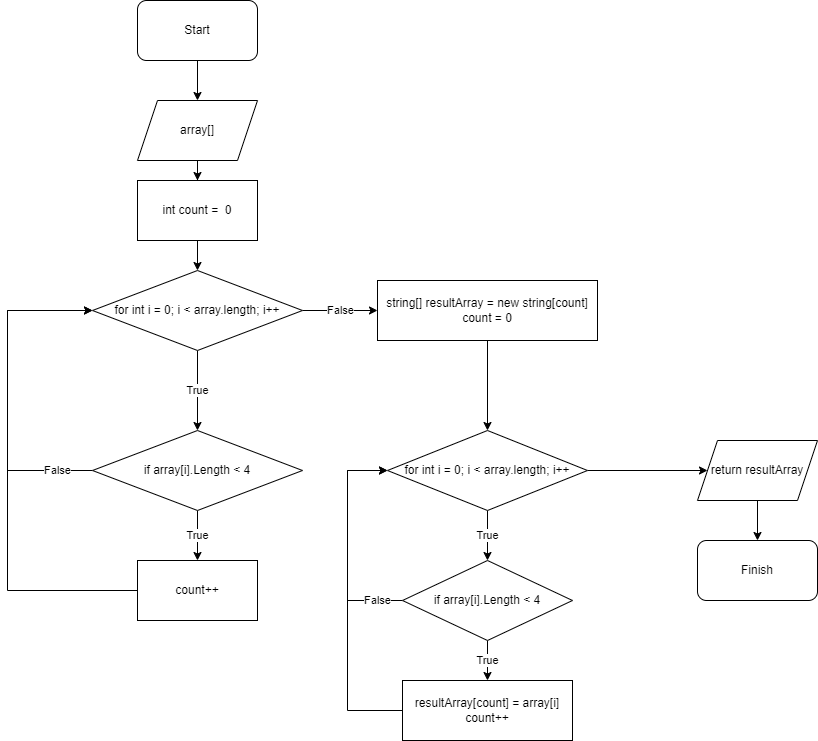
The draw.io diagram algoritm.png in HellekGreed/ResumeWork_1, before a commit. Source tidied: cells renumbered, new cells last; positions are measured from the earlier drawing's top-left corner, leaving out a move shared by most shapes. Source of this version:
```xml
<mxGraphModel>
  <root>
    <mxCell id="0" />
    <mxCell id="1" parent="0" />
    <mxCell id="2" style="edgeStyle=orthogonalEdgeStyle;rounded=0;jettySize=auto;html=1;" parent="1" edge="1" source="3" target="10">
      <mxGeometry relative="1" as="geometry" />
    </mxCell>
    <mxCell id="3" value="array[]" style="shape=parallelogram;perimeter=parallelogramPerimeter;whiteSpace=wrap;html=1;fixedSize=1;" parent="1" vertex="1">
      <mxGeometry x="130" y="100" width="120" height="60" as="geometry" />
    </mxCell>
    <mxCell id="4" style="edgeStyle=orthogonalEdgeStyle;rounded=0;jettySize=auto;html=1;" parent="1" edge="1" source="5" target="3">
      <mxGeometry relative="1" as="geometry" />
    </mxCell>
    <mxCell id="5" value="Start" style="rounded=1;whiteSpace=wrap;html=1;" parent="1" vertex="1">
      <mxGeometry x="130" width="120" height="60" as="geometry" />
    </mxCell>
    <mxCell id="6" value="True" style="edgeStyle=orthogonalEdgeStyle;rounded=0;jettySize=auto;html=1;" parent="1" edge="1" source="8" target="13">
      <mxGeometry relative="1" as="geometry" />
    </mxCell>
    <mxCell id="7" value="False" style="edgeStyle=orthogonalEdgeStyle;rounded=0;jettySize=auto;html=1;" parent="1" edge="1" source="8" target="17">
      <mxGeometry relative="1" as="geometry" />
    </mxCell>
    <mxCell id="8" value="for int i = 0; i &amp;lt; array.length; i++" style="rhombus;whiteSpace=wrap;html=1;" parent="1" vertex="1">
      <mxGeometry x="85" y="270" width="210" height="80" as="geometry" />
    </mxCell>
    <mxCell id="9" style="edgeStyle=orthogonalEdgeStyle;rounded=0;jettySize=auto;html=1;" parent="1" edge="1" source="10" target="8">
      <mxGeometry relative="1" as="geometry" />
    </mxCell>
    <mxCell id="10" value="int count =&amp;nbsp; 0" style="rounded=0;whiteSpace=wrap;html=1;" parent="1" vertex="1">
      <mxGeometry x="130" y="180" width="120" height="60" as="geometry" />
    </mxCell>
    <mxCell id="11" value="True" style="edgeStyle=orthogonalEdgeStyle;rounded=0;jettySize=auto;html=1;" parent="1" edge="1" source="13" target="15">
      <mxGeometry relative="1" as="geometry" />
    </mxCell>
    <mxCell id="12" value="False" style="edgeStyle=orthogonalEdgeStyle;rounded=0;jettySize=auto;html=1;exitX=0;exitY=0.5;exitDx=0;exitDy=0;entryX=0;entryY=0.5;entryDx=0;entryDy=0;" parent="1" edge="1" source="13" target="8">
      <mxGeometry x="-0.79" relative="1" as="geometry">
        <Array as="points">
          <mxPoint y="470" />
          <mxPoint y="310" />
        </Array>
      </mxGeometry>
    </mxCell>
    <mxCell id="13" value="if array[i].Length &amp;lt; 4" style="rhombus;whiteSpace=wrap;html=1;" parent="1" vertex="1">
      <mxGeometry x="85" y="430" width="210" height="80" as="geometry" />
    </mxCell>
    <mxCell id="14" style="edgeStyle=orthogonalEdgeStyle;rounded=0;jettySize=auto;html=1;exitX=0;exitY=0.5;exitDx=0;exitDy=0;entryX=0;entryY=0.5;entryDx=0;entryDy=0;" parent="1" edge="1" source="15" target="8">
      <mxGeometry x="-0.68" relative="1" as="geometry">
        <Array as="points">
          <mxPoint y="590" />
          <mxPoint y="310" />
        </Array>
      </mxGeometry>
    </mxCell>
    <mxCell id="15" value="count++" style="rounded=0;whiteSpace=wrap;html=1;" parent="1" vertex="1">
      <mxGeometry x="130" y="560" width="120" height="60" as="geometry" />
    </mxCell>
    <mxCell id="16" style="edgeStyle=orthogonalEdgeStyle;rounded=0;jettySize=auto;html=1;" parent="1" edge="1" source="17" target="20">
      <mxGeometry relative="1" as="geometry" />
    </mxCell>
    <mxCell id="17" value="string[] resultArray = new string[count]&lt;br&gt;count = 0" style="rounded=0;whiteSpace=wrap;html=1;" parent="1" vertex="1">
      <mxGeometry x="370" y="280" width="220" height="60" as="geometry" />
    </mxCell>
    <mxCell id="18" value="True" style="edgeStyle=orthogonalEdgeStyle;rounded=0;jettySize=auto;html=1;" parent="1" edge="1" source="20" target="23">
      <mxGeometry relative="1" as="geometry" />
    </mxCell>
    <mxCell id="19" style="edgeStyle=orthogonalEdgeStyle;rounded=0;jettySize=auto;html=1;" parent="1" edge="1" source="20">
      <mxGeometry relative="1" as="geometry">
        <mxPoint x="700" y="470" as="targetPoint" />
      </mxGeometry>
    </mxCell>
    <mxCell id="20" value="for int i = 0; i &amp;lt; array.length; i++" style="rhombus;whiteSpace=wrap;html=1;" parent="1" vertex="1">
      <mxGeometry x="380" y="430" width="200" height="80" as="geometry" />
    </mxCell>
    <mxCell id="21" value="True" style="edgeStyle=orthogonalEdgeStyle;rounded=0;jettySize=auto;html=1;" parent="1" edge="1" source="23" target="25">
      <mxGeometry relative="1" as="geometry" />
    </mxCell>
    <mxCell id="22" value="False" style="edgeStyle=orthogonalEdgeStyle;rounded=0;jettySize=auto;html=1;exitX=0;exitY=0.5;exitDx=0;exitDy=0;" parent="1" edge="1" source="23">
      <mxGeometry x="-0.78" relative="1" as="geometry">
        <mxPoint x="380" y="470" as="targetPoint" />
        <Array as="points">
          <mxPoint x="340" y="600" />
          <mxPoint x="340" y="470" />
        </Array>
      </mxGeometry>
    </mxCell>
    <mxCell id="23" value="if array[i].Length &amp;lt; 4" style="rhombus;whiteSpace=wrap;html=1;" parent="1" vertex="1">
      <mxGeometry x="395" y="560" width="170" height="80" as="geometry" />
    </mxCell>
    <mxCell id="24" style="edgeStyle=orthogonalEdgeStyle;rounded=0;jettySize=auto;html=1;exitX=0;exitY=0.5;exitDx=0;exitDy=0;entryX=0;entryY=0.5;entryDx=0;entryDy=0;" parent="1" edge="1" source="25" target="20">
      <mxGeometry relative="1" as="geometry">
        <Array as="points">
          <mxPoint x="340" y="710" />
          <mxPoint x="340" y="470" />
        </Array>
      </mxGeometry>
    </mxCell>
    <mxCell id="25" value="resultArray[count] = array[i]&lt;br&gt;count++" style="rounded=0;whiteSpace=wrap;html=1;" parent="1" vertex="1">
      <mxGeometry x="395" y="680" width="170" height="60" as="geometry" />
    </mxCell>
    <mxCell id="26" style="edgeStyle=orthogonalEdgeStyle;rounded=0;jettySize=auto;html=1;" parent="1" edge="1" source="27" target="28">
      <mxGeometry relative="1" as="geometry" />
    </mxCell>
    <mxCell id="27" value="return resultArray" style="shape=parallelogram;perimeter=parallelogramPerimeter;whiteSpace=wrap;html=1;fixedSize=1;" parent="1" vertex="1">
      <mxGeometry x="690" y="440" width="120" height="60" as="geometry" />
    </mxCell>
    <mxCell id="28" value="Finish" style="rounded=1;whiteSpace=wrap;html=1;" parent="1" vertex="1">
      <mxGeometry x="690" y="540" width="120" height="60" as="geometry" />
    </mxCell>
  </root>
</mxGraphModel>
```
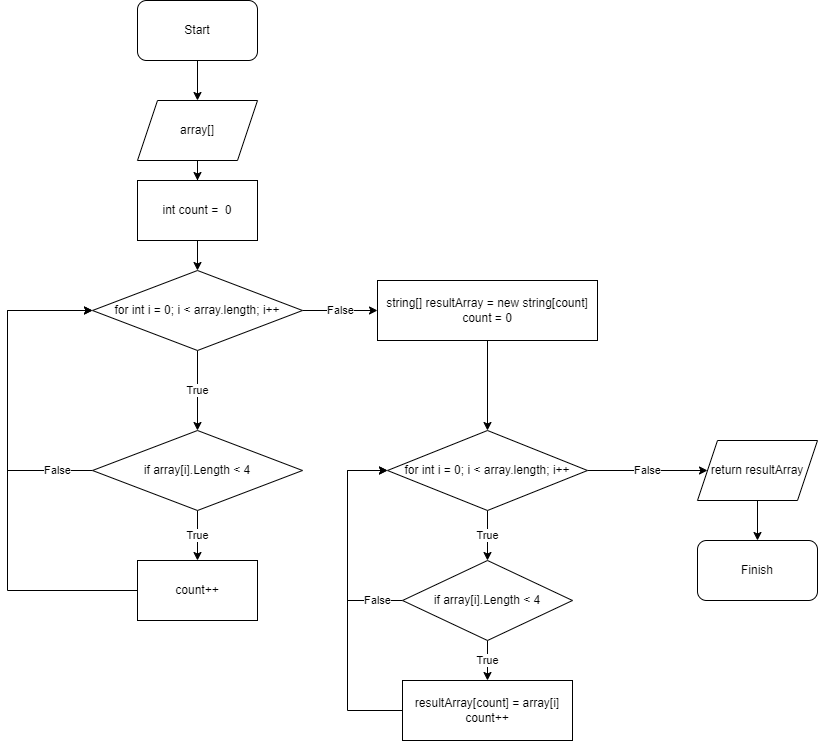
The same diagram one commit later.

The edit, as a diff of the source:
```diff
@@ -63,7 +63,7 @@
     <mxCell id="18" value="True" style="edgeStyle=orthogonalEdgeStyle;rounded=0;jettySize=auto;html=1;" parent="1" edge="1" source="20" target="23">
       <mxGeometry relative="1" as="geometry" />
     </mxCell>
-    <mxCell id="19" style="edgeStyle=orthogonalEdgeStyle;rounded=0;jettySize=auto;html=1;" parent="1" edge="1" source="20">
+    <mxCell id="19" value="False" style="edgeStyle=orthogonalEdgeStyle;rounded=0;jettySize=auto;html=1;" parent="1" edge="1" source="20">
       <mxGeometry relative="1" as="geometry">
         <mxPoint x="700" y="470" as="targetPoint" />
       </mxGeometry>
```
